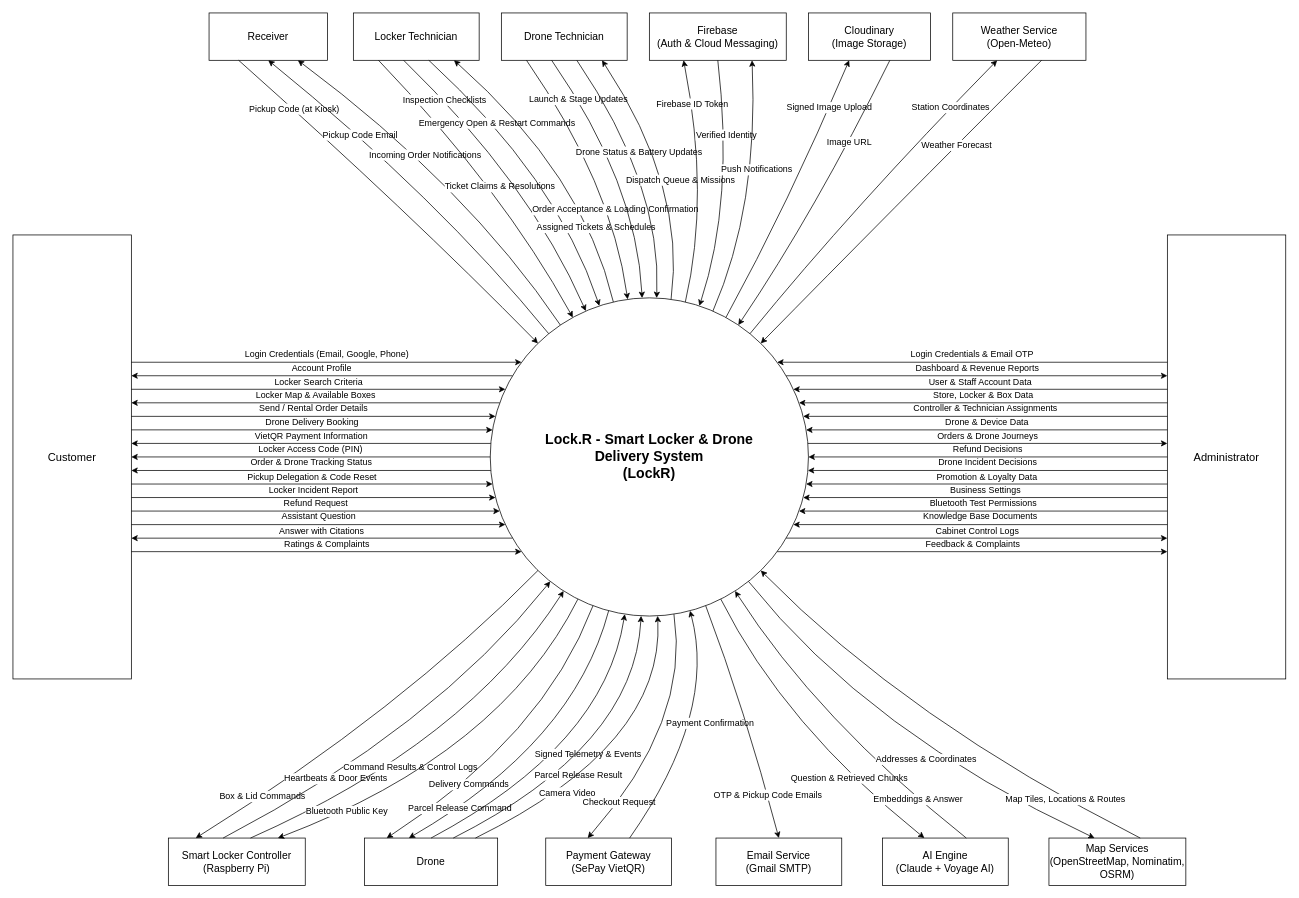
Before: rp3/srs-assets/drawio/01-context-diagram.drawio in LockR-Tech/docs, a draw.io diagram. Source tidied: cells renumbered, new cells numbered last; positions are measured from the earlier drawing's top-left corner, leaving out a move shared by most shapes. Both pictures are drawn from the tidied source at 74%, with x=0, y=0 at pixel (13, 13).
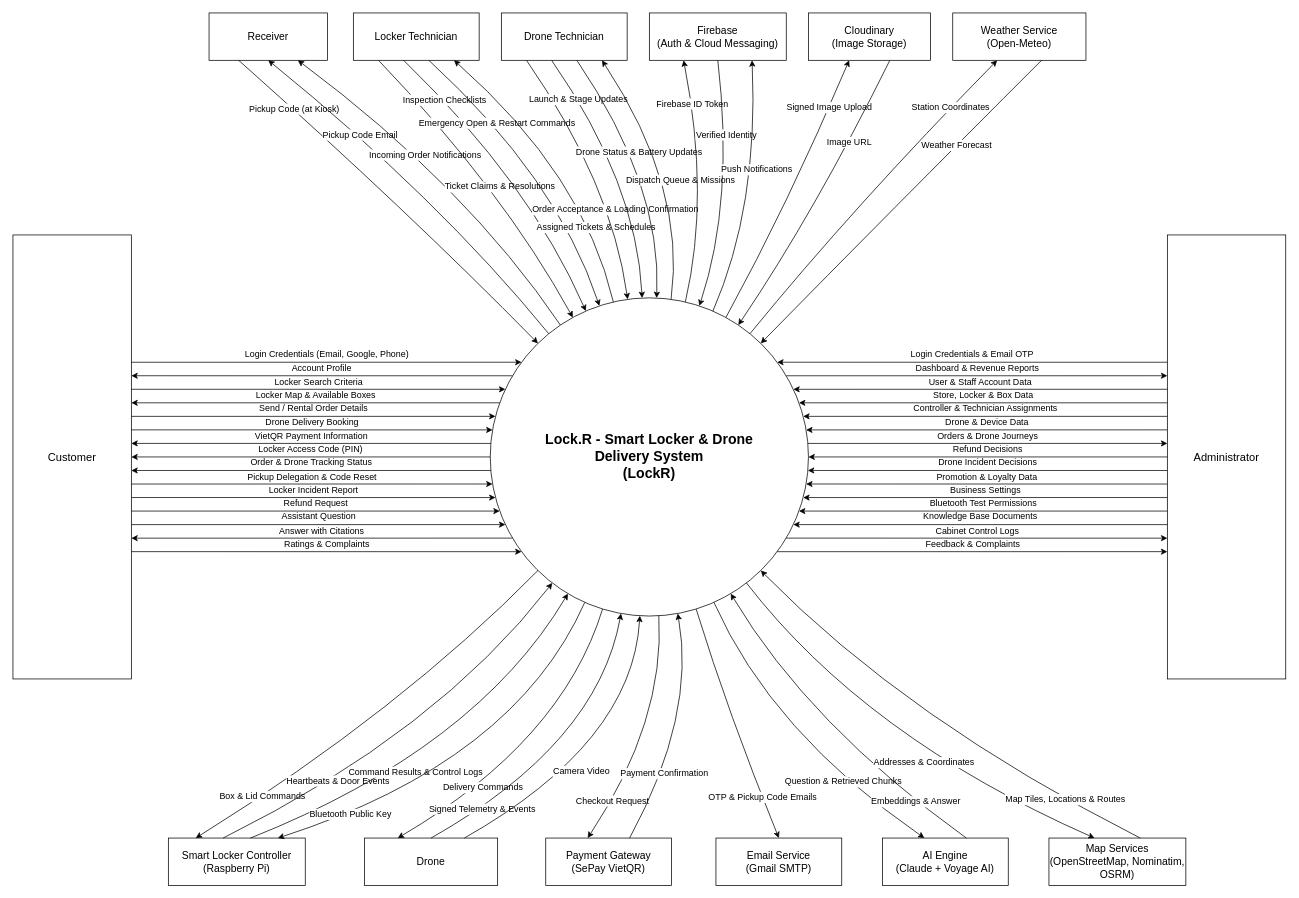
The same diagram, later.

Commit message (it also covers changes not shown here):
docs(diagrams): bỏ luồng nhả hàng riêng khỏi context diagram

Lệnh và kết quả nhả hàng đã nằm trong Delivery Commands và Signed Telemetry & Events; servo là cơ chế bên trong Drone, không thuộc mức ngữ cảnh.

The change refers to these unchanged cells:
```xml
<mxCell id="2" value="Lock.R - Smart Locker &amp;amp; Drone&lt;br&gt;Delivery System&lt;br&gt;(LockR)" style="ellipse;whiteSpace=wrap;html=1;fontSize=19;fontStyle=1;strokeColor=#000000;fillColor=#FFFFFF;" parent="1" vertex="1">
  <mxGeometry x="645" y="385" width="430" height="430" as="geometry" />
</mxCell>
<mxCell id="59" value="Smart Locker Controller&lt;br&gt;(Raspberry Pi)" style="rounded=0;whiteSpace=wrap;html=1;fontSize=14;strokeColor=#000000;fillColor=#FFFFFF;fontColor=#000000;" parent="1" vertex="1">
  <mxGeometry x="210" y="1115" width="185" height="64" as="geometry" />
</mxCell>
<mxCell id="60" value="Drone" style="rounded=0;whiteSpace=wrap;html=1;fontSize=14;strokeColor=#000000;fillColor=#FFFFFF;fontColor=#000000;" parent="1" vertex="1">
  <mxGeometry x="475" y="1115" width="180" height="64" as="geometry" />
</mxCell>
<mxCell id="61" value="Payment Gateway&lt;br&gt;(SePay VietQR)" style="rounded=0;whiteSpace=wrap;html=1;fontSize=14;strokeColor=#000000;fillColor=#FFFFFF;fontColor=#000000;" parent="1" vertex="1">
  <mxGeometry x="720" y="1115" width="170" height="64" as="geometry" />
</mxCell>
<mxCell id="62" value="Email Service&lt;br&gt;(Gmail SMTP)" style="rounded=0;whiteSpace=wrap;html=1;fontSize=14;strokeColor=#000000;fillColor=#FFFFFF;fontColor=#000000;" parent="1" vertex="1">
  <mxGeometry x="950" y="1115" width="170" height="64" as="geometry" />
</mxCell>
<mxCell id="63" value="AI Engine&lt;br&gt;(Claude + Voyage AI)" style="rounded=0;whiteSpace=wrap;html=1;fontSize=14;strokeColor=#000000;fillColor=#FFFFFF;fontColor=#000000;" parent="1" vertex="1">
  <mxGeometry x="1175" y="1115" width="170" height="64" as="geometry" />
</mxCell>
<mxCell id="64" value="Map Services&lt;br&gt;(OpenStreetMap, Nominatim, OSRM)" style="rounded=0;whiteSpace=wrap;html=1;fontSize=14;strokeColor=#000000;fillColor=#FFFFFF;fontColor=#000000;" parent="1" vertex="1">
  <mxGeometry x="1400" y="1115" width="185" height="64" as="geometry" />
</mxCell>
```

What changed in the source:
```diff
@@
-    <mxCell id="66" value="Heartbeats &amp;amp; Door Events" style="curved=1;endArrow=classic;endFill=1;html=1;fontSize=12;strokeColor=#000000;fontColor=#000000;labelBackgroundColor=#FFFFFF;exitX=0.4000;exitY=0;exitDx=0;exitDy=0;entryX=0.1885;entryY=0.8911;entryDx=0;entryDy=0;entryPerimeter=0;" parent="1" edge="1" source="59" target="2">
+    <mxCell id="66" value="Heartbeats &amp;amp; Door Events" style="curved=1;endArrow=classic;endFill=1;html=1;fontSize=12;strokeColor=#000000;fontColor=#000000;labelBackgroundColor=#FFFFFF;exitX=0.4000;exitY=0;exitDx=0;exitDy=0;entryX=0.1948;entryY=0.8960;entryDx=0;entryDy=0;entryPerimeter=0;" parent="1" edge="1" source="59" target="2">
       <mxGeometry x="-0.4" relative="1" as="geometry">
         <Array as="points">
-          <mxPoint x="568.5" y="966" />
+          <mxPoint x="574.2" y="970.9" />
         </Array>
       </mxGeometry>
     </mxCell>
-    <mxCell id="67" value="Command Results &amp;amp; Control Logs" style="curved=1;endArrow=classic;endFill=1;html=1;fontSize=12;strokeColor=#000000;fontColor=#000000;labelBackgroundColor=#FFFFFF;exitX=0.6000;exitY=0;exitDx=0;exitDy=0;entryX=0.2306;entryY=0.9212;entryDx=0;entryDy=0;entryPerimeter=0;" parent="1" edge="1" source="59" target="2">
+    <mxCell id="67" value="Command Results &amp;amp; Control Logs" style="curved=1;endArrow=classic;endFill=1;html=1;fontSize=12;strokeColor=#000000;fontColor=#000000;labelBackgroundColor=#FFFFFF;exitX=0.6000;exitY=0;exitDx=0;exitDy=0;entryX=0.2441;entryY=0.9296;entryDx=0;entryDy=0;entryPerimeter=0;" parent="1" edge="1" source="59" target="2">
       <mxGeometry x="-0.16" relative="1" as="geometry">
         <Array as="points">
-          <mxPoint x="613.4" y="985.4" />
+          <mxPoint x="625.3" y="994" />
         </Array>
       </mxGeometry>
     </mxCell>
-    <mxCell id="68" value="Bluetooth Public Key" style="curved=1;endArrow=classic;endFill=1;html=1;fontSize=12;strokeColor=#000000;fontColor=#000000;labelBackgroundColor=#FFFFFF;exitX=0.2755;exitY=0.9468;exitDx=0;exitDy=0;exitPerimeter=0;entryX=0.8000;entryY=0;entryDx=0;entryDy=0;" parent="1" edge="1" source="2" target="59">
+    <mxCell id="68" value="Bluetooth Public Key" style="curved=1;endArrow=classic;endFill=1;html=1;fontSize=12;strokeColor=#000000;fontColor=#000000;labelBackgroundColor=#FFFFFF;exitX=0.2971;exitY=0.9570;exitDx=0;exitDy=0;exitPerimeter=0;entryX=0.8000;entryY=0;entryDx=0;entryDy=0;" parent="1" edge="1" source="2" target="59">
       <mxGeometry x="0.64" relative="1" as="geometry">
         <Array as="points">
-          <mxPoint x="658.8" y="1000.5" />
+          <mxPoint x="677.3" y="1011.6" />
         </Array>
       </mxGeometry>
     </mxCell>
-    <mxCell id="69" value="Delivery Commands" style="curved=1;endArrow=classic;endFill=1;html=1;fontSize=12;strokeColor=#000000;fontColor=#000000;labelBackgroundColor=#FFFFFF;exitX=0.3229;exitY=0.9676;exitDx=0;exitDy=0;exitPerimeter=0;entryX=0.1667;entryY=0;entryDx=0;entryDy=0;" parent="1" edge="1" source="2" target="60">
+    <mxCell id="69" value="Delivery Commands" style="curved=1;endArrow=classic;endFill=1;html=1;fontSize=12;strokeColor=#000000;fontColor=#000000;labelBackgroundColor=#FFFFFF;exitX=0.3530;exitY=0.9779;exitDx=0;exitDy=0;exitPerimeter=0;entryX=0.2500;entryY=0;entryDx=0;entryDy=0;" parent="1" edge="1" source="2" target="60">
       <mxGeometry x="0.4" relative="1" as="geometry">
         <Array as="points">
-          <mxPoint x="716.9" y="977.8" />
+          <mxPoint x="741.8" y="984.1" />
         </Array>
       </mxGeometry>
     </mxCell>
-    <mxCell id="70" value="Parcel Release Command" style="curved=1;endArrow=classic;endFill=1;html=1;fontSize=12;strokeColor=#000000;fontColor=#000000;labelBackgroundColor=#FFFFFF;exitX=0.3721;exitY=0.9834;exitDx=0;exitDy=0;exitPerimeter=0;entryX=0.3333;entryY=0;entryDx=0;entryDy=0;" parent="1" edge="1" source="2" target="60">
-      <mxGeometry x="0.64" relative="1" as="geometry">
+    <mxCell id="70" value="Signed Telemetry &amp;amp; Events" style="curved=1;endArrow=classic;endFill=1;html=1;fontSize=12;strokeColor=#000000;fontColor=#000000;labelBackgroundColor=#FFFFFF;exitX=0.5000;exitY=0;exitDx=0;exitDy=0;entryX=0.4109;entryY=0.9920;entryDx=0;entryDy=0;entryPerimeter=0;" parent="1" edge="1" source="60" target="2">
+      <mxGeometry x="-0.64" relative="1" as="geometry">
         <Array as="points">
-          <mxPoint x="757.9" y="985.8" />
+          <mxPoint x="789.8" y="987.6" />
         </Array>
       </mxGeometry>
     </mxCell>
-    <mxCell id="71" value="Signed Telemetry &amp;amp; Events" style="curved=1;endArrow=classic;endFill=1;html=1;fontSize=12;strokeColor=#000000;fontColor=#000000;labelBackgroundColor=#FFFFFF;exitX=0.5000;exitY=0;exitDx=0;exitDy=0;entryX=0.4227;entryY=0.9940;entryDx=0;entryDy=0;entryPerimeter=0;" parent="1" edge="1" source="60" target="2">
-      <mxGeometry x="0.08" relative="1" as="geometry">
+    <mxCell id="71" value="Camera Video" style="curved=1;endArrow=classic;endFill=1;html=1;fontSize=12;strokeColor=#000000;fontColor=#000000;labelBackgroundColor=#FFFFFF;exitX=0.7500;exitY=0;exitDx=0;exitDy=0;entryX=0.4702;entryY=0.9991;entryDx=0;entryDy=0;entryPerimeter=0;" parent="1" edge="1" source="60" target="2">
+      <mxGeometry x="-0.16" relative="1" as="geometry">
         <Array as="points">
-          <mxPoint x="798.9" y="990.3" />
+          <mxPoint x="836.9" y="986.5" />
         </Array>
       </mxGeometry>
     </mxCell>
-    <mxCell id="72" value="Parcel Release Result" style="curved=1;endArrow=classic;endFill=1;html=1;fontSize=12;strokeColor=#000000;fontColor=#000000;labelBackgroundColor=#FFFFFF;exitX=0.6667;exitY=0;exitDx=0;exitDy=0;entryX=0.4741;entryY=0.9993;entryDx=0;entryDy=0;entryPerimeter=0;" parent="1" edge="1" source="60" target="2">
-      <mxGeometry x="-0.16" relative="1" as="geometry">
+    <mxCell id="72" value="Checkout Request" style="curved=1;endArrow=classic;endFill=1;html=1;fontSize=12;strokeColor=#000000;fontColor=#000000;labelBackgroundColor=#FFFFFF;exitX=0.5298;exitY=0.9991;exitDx=0;exitDy=0;exitPerimeter=0;entryX=0.3333;entryY=0;entryDx=0;entryDy=0;" parent="1" edge="1" source="2" target="61">
+      <mxGeometry x="0.64" relative="1" as="geometry">
         <Array as="points">
-          <mxPoint x="839.7" y="991.4" />
+          <mxPoint x="881.3" y="956.3" />
         </Array>
       </mxGeometry>
     </mxCell>
-    <mxCell id="73" value="Camera Video" style="curved=1;endArrow=classic;endFill=1;html=1;fontSize=12;strokeColor=#000000;fontColor=#000000;labelBackgroundColor=#FFFFFF;exitX=0.8333;exitY=0;exitDx=0;exitDy=0;entryX=0.5259;entryY=0.9993;entryDx=0;entryDy=0;entryPerimeter=0;" parent="1" edge="1" source="60" target="2">
+    <mxCell id="73" value="Payment Confirmation" style="curved=1;endArrow=classic;endFill=1;html=1;fontSize=12;strokeColor=#000000;fontColor=#000000;labelBackgroundColor=#FFFFFF;exitX=0.6667;exitY=0;exitDx=0;exitDy=0;entryX=0.5891;entryY=0.9920;entryDx=0;entryDy=0;entryPerimeter=0;" parent="1" edge="1" source="61" target="2">
       <mxGeometry x="-0.4" relative="1" as="geometry">
         <Array as="points">
-          <mxPoint x="880.2" y="989.2" />
+          <mxPoint x="923.2" y="949" />
         </Array>
       </mxGeometry>
     </mxCell>
-    <mxCell id="74" value="Checkout Request" style="curved=1;endArrow=classic;endFill=1;html=1;fontSize=12;strokeColor=#000000;fontColor=#000000;labelBackgroundColor=#FFFFFF;exitX=0.5773;exitY=0.9940;exitDx=0;exitDy=0;exitPerimeter=0;entryX=0.3333;entryY=0;entryDx=0;entryDy=0;" parent="1" edge="1" source="2" target="61">
+    <mxCell id="74" value="OTP &amp;amp; Pickup Code Emails" style="curved=1;endArrow=classic;endFill=1;html=1;fontSize=12;strokeColor=#000000;fontColor=#000000;labelBackgroundColor=#FFFFFF;exitX=0.6470;exitY=0.9779;exitDx=0;exitDy=0;exitPerimeter=0;entryX=0.5000;entryY=0;entryDx=0;entryDy=0;" parent="1" edge="1" source="2" target="62">
       <mxGeometry x="0.64" relative="1" as="geometry">
         <Array as="points">
-          <mxPoint x="915.8" y="956.6" />
+          <mxPoint x="966.8" y="947" />
         </Array>
       </mxGeometry>
     </mxCell>
-    <mxCell id="75" value="Payment Confirmation" style="curved=1;endArrow=classic;endFill=1;html=1;fontSize=12;strokeColor=#000000;fontColor=#000000;labelBackgroundColor=#FFFFFF;exitX=0.6667;exitY=0;exitDx=0;exitDy=0;entryX=0.6279;entryY=0.9834;entryDx=0;entryDy=0;entryPerimeter=0;" parent="1" edge="1" source="61" target="2">
-      <mxGeometry x="0.08" relative="1" as="geometry">
+    <mxCell id="75" value="Question &amp;amp; Retrieved Chunks" style="curved=1;endArrow=classic;endFill=1;html=1;fontSize=12;strokeColor=#000000;fontColor=#000000;labelBackgroundColor=#FFFFFF;exitX=0.7029;exitY=0.9570;exitDx=0;exitDy=0;exitPerimeter=0;entryX=0.3333;entryY=0;entryDx=0;entryDy=0;" parent="1" edge="1" source="2" target="63">
+      <mxGeometry x="0.4" relative="1" as="geometry">
         <Array as="points">
-          <mxPoint x="951.6" y="946.1" />
+          <mxPoint x="1025.2" y="972.1" />
         </Array>
       </mxGeometry>
     </mxCell>
-    <mxCell id="76" value="OTP &amp;amp; Pickup Code Emails" style="curved=1;endArrow=classic;endFill=1;html=1;fontSize=12;strokeColor=#000000;fontColor=#000000;labelBackgroundColor=#FFFFFF;exitX=0.6771;exitY=0.9676;exitDx=0;exitDy=0;exitPerimeter=0;entryX=0.5000;entryY=0;entryDx=0;entryDy=0;" parent="1" edge="1" source="2" target="62">
-      <mxGeometry x="0.64" relative="1" as="geometry">
+    <mxCell id="76" value="Embeddings &amp;amp; Answer" style="curved=1;endArrow=classic;endFill=1;html=1;fontSize=12;strokeColor=#000000;fontColor=#000000;labelBackgroundColor=#FFFFFF;exitX=0.6667;exitY=0;exitDx=0;exitDy=0;entryX=0.7559;entryY=0.9296;entryDx=0;entryDy=0;entryPerimeter=0;" parent="1" edge="1" source="63" target="2">
+      <mxGeometry x="-0.64" relative="1" as="geometry">
         <Array as="points">
-          <mxPoint x="988.6" y="939.6" />
+          <mxPoint x="1075.7" y="962" />
         </Array>
       </mxGeometry>
     </mxCell>
-    <mxCell id="77" value="Question &amp;amp; Retrieved Chunks" style="curved=1;endArrow=classic;endFill=1;html=1;fontSize=12;strokeColor=#000000;fontColor=#000000;labelBackgroundColor=#FFFFFF;exitX=0.7245;exitY=0.9468;exitDx=0;exitDy=0;exitPerimeter=0;entryX=0.3333;entryY=0;entryDx=0;entryDy=0;" parent="1" edge="1" source="2" target="63">
-      <mxGeometry x="0.4" relative="1" as="geometry">
+    <mxCell id="77" value="Addresses &amp;amp; Coordinates" style="curved=1;endArrow=classic;endFill=1;html=1;fontSize=12;strokeColor=#000000;fontColor=#000000;labelBackgroundColor=#FFFFFF;exitX=0.8052;exitY=0.8960;exitDx=0;exitDy=0;exitPerimeter=0;entryX=0.3333;entryY=0;entryDx=0;entryDy=0;" parent="1" edge="1" source="2" target="64">
+      <mxGeometry x="0.16" relative="1" as="geometry">
         <Array as="points">
-          <mxPoint x="1042.2" y="962.7" />
+          <mxPoint x="1151.5" y="978.2" />
         </Array>
       </mxGeometry>
     </mxCell>
-    <mxCell id="78" value="Embeddings &amp;amp; Answer" style="curved=1;endArrow=classic;endFill=1;html=1;fontSize=12;strokeColor=#000000;fontColor=#000000;labelBackgroundColor=#FFFFFF;exitX=0.6667;exitY=0;exitDx=0;exitDy=0;entryX=0.7694;entryY=0.9212;entryDx=0;entryDy=0;entryPerimeter=0;" parent="1" edge="1" source="63" target="2">
+    <mxCell id="78" value="Map Tiles, Locations &amp;amp; Routes" style="curved=1;endArrow=classic;endFill=1;html=1;fontSize=12;strokeColor=#000000;fontColor=#000000;labelBackgroundColor=#FFFFFF;exitX=0.6667;exitY=0;exitDx=0;exitDy=0;entryX=0.8502;entryY=0.8569;entryDx=0;entryDy=0;entryPerimeter=0;" parent="1" edge="1" source="64" target="2">
       <mxGeometry x="-0.64" relative="1" as="geometry">
         <Array as="points">
-          <mxPoint x="1086.7" y="954.5" />
+          <mxPoint x="1208.3" y="954.9" />
         </Array>
       </mxGeometry>
     </mxCell>
-    <mxCell id="79" value="Addresses &amp;amp; Coordinates" style="curved=1;endArrow=classic;endFill=1;html=1;fontSize=12;strokeColor=#000000;fontColor=#000000;labelBackgroundColor=#FFFFFF;exitX=0.8115;exitY=0.8911;exitDx=0;exitDy=0;exitPerimeter=0;entryX=0.3333;entryY=0;entryDx=0;entryDy=0;" parent="1" edge="1" source="2" target="64">
-      <mxGeometry x="0.16" relative="1" as="geometry">
-        <Array as="points">
-          <mxPoint x="1157.2" y="973.1" />
-        </Array>
-      </mxGeometry>
-    </mxCell>
-    <mxCell id="80" value="Map Tiles, Locations &amp;amp; Routes" style="curved=1;endArrow=classic;endFill=1;html=1;fontSize=12;strokeColor=#000000;fontColor=#000000;labelBackgroundColor=#FFFFFF;exitX=0.6667;exitY=0;exitDx=0;exitDy=0;entryX=0.8502;entryY=0.8569;entryDx=0;entryDy=0;entryPerimeter=0;" parent="1" edge="1" source="64" target="2">
-      <mxGeometry x="-0.64" relative="1" as="geometry">
-        <Array as="points">
-          <mxPoint x="1208.3" y="954.9" />
-        </Array>
-      </mxGeometry>
-    </mxCell>
```
